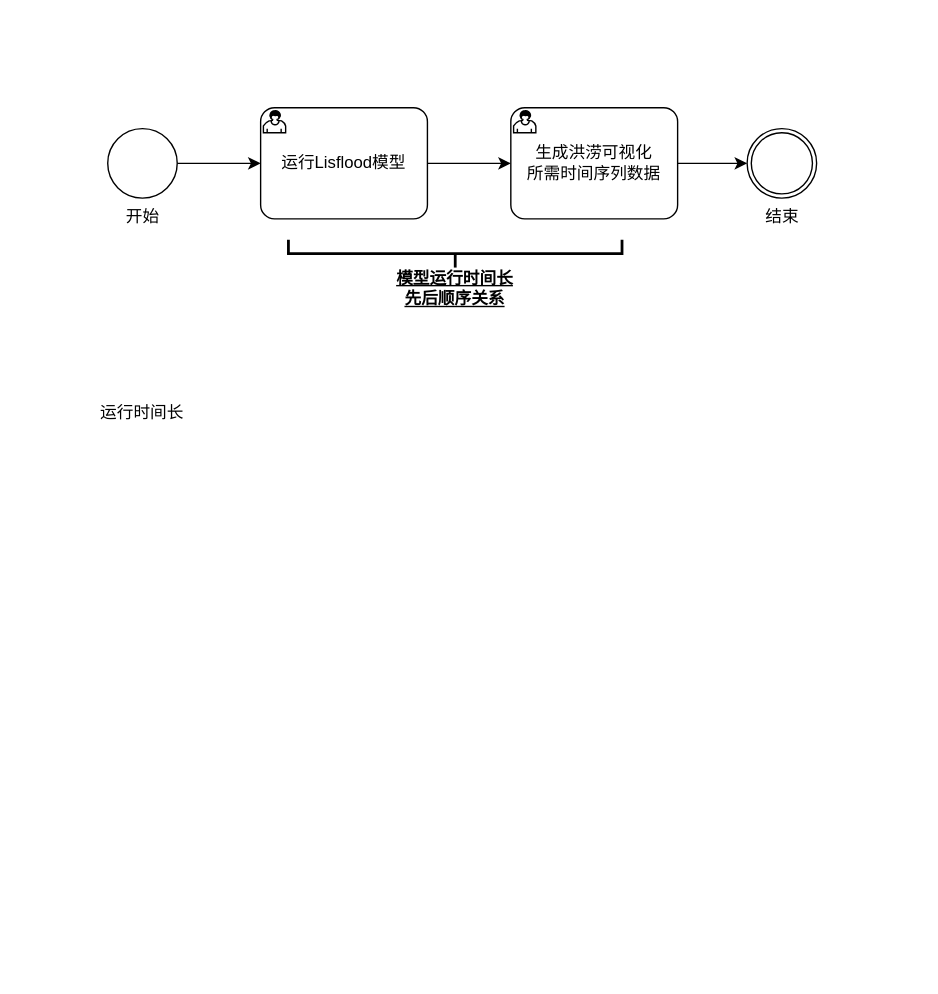
Before: 未命名绘图.drawio in liujing-maker/IDEA, a draw.io diagram. Source tidied: cells renumbered, new cells numbered last; positions are measured from the earlier drawing's top-left corner, leaving out a move shared by most shapes. Both pictures are drawn from the tidied source at 139%, with x=0, y=0 at pixel (93, 107).
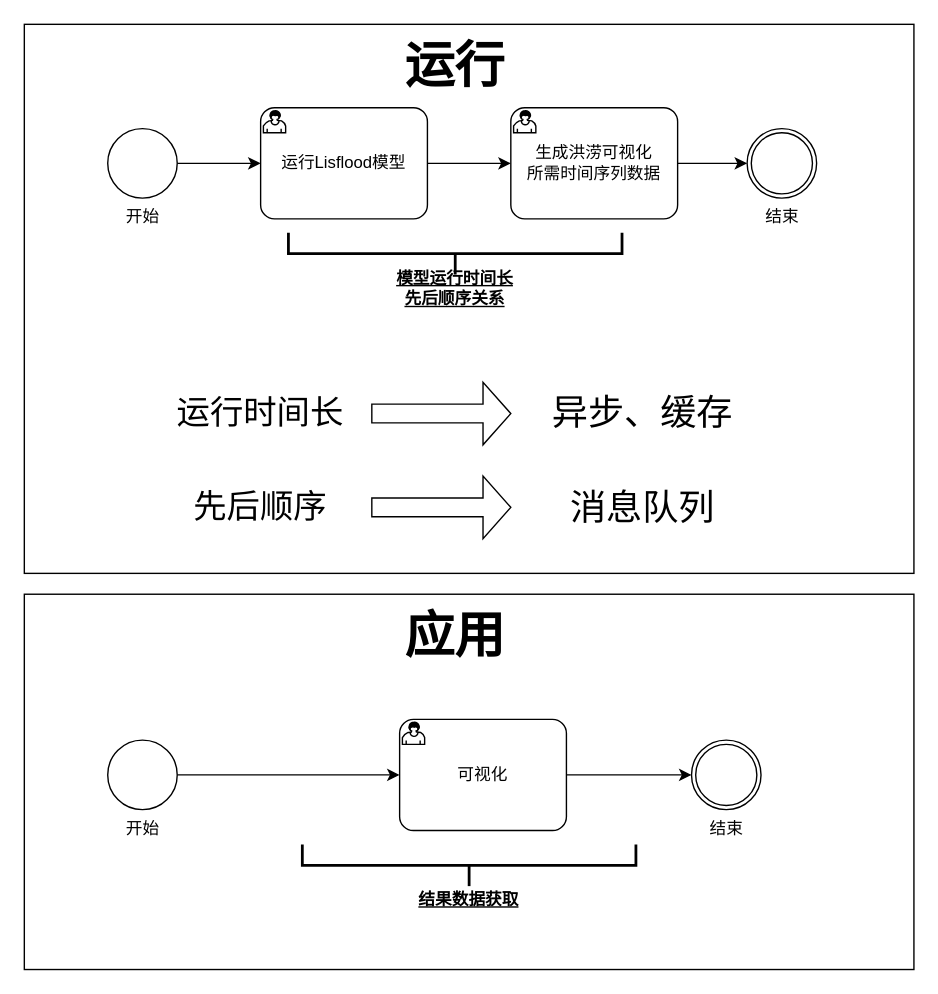
After the change.

The edit, as a diff of the source:
```diff
@@
+    <mxCell id="12" style="rounded=0;whiteSpace=wrap;html=1;" parent="1" vertex="1">
+      <mxGeometry x="-50" y="-60" width="640" height="395" as="geometry" />
+    </mxCell>
@@
     <mxCell id="9" style="strokeWidth=2;html=1;shape=mxgraph.flowchart.annotation_2;align=left;labelPosition=right;direction=north;" parent="1" vertex="1">
-      <mxGeometry x="140" y="95" width="240" height="20" as="geometry" />
+      <mxGeometry x="140" y="90" width="240" height="30" as="geometry" />
     </mxCell>
@@
-    <mxCell id="11" value="运行时间长" style="text;html=1;align=center;verticalAlign=middle;whiteSpace=wrap;rounded=0;" parent="1" vertex="1">
-      <mxGeometry y="205" width="70" height="30" as="geometry" />
+    <mxCell id="11" value="&lt;font style=&quot;font-size: 24px;&quot;&gt;运行时间长&lt;/font&gt;" style="text;html=1;align=center;verticalAlign=middle;whiteSpace=wrap;rounded=0;" parent="1" vertex="1">
+      <mxGeometry x="50" y="200" width="140" height="40" as="geometry" />
     </mxCell>
+    <mxCell id="13" style="shape=singleArrow;whiteSpace=wrap;html=1;" parent="1" vertex="1">
+      <mxGeometry x="200" y="197.5" width="100" height="45" as="geometry" />
+    </mxCell>
+    <mxCell id="14" value="异步、缓存" style="text;html=1;align=center;verticalAlign=middle;whiteSpace=wrap;rounded=0;fontSize=26;" parent="1" vertex="1">
+      <mxGeometry x="320" y="205" width="150" height="30" as="geometry" />
+    </mxCell>
+    <mxCell id="15" value="&lt;span style=&quot;font-size: 24px;&quot;&gt;先后顺序&lt;/span&gt;" style="text;html=1;align=center;verticalAlign=middle;whiteSpace=wrap;rounded=0;" parent="1" vertex="1">
+      <mxGeometry x="50" y="267.5" width="140" height="40" as="geometry" />
+    </mxCell>
+    <mxCell id="16" style="shape=singleArrow;whiteSpace=wrap;html=1;" parent="1" vertex="1">
+      <mxGeometry x="200" y="265" width="100" height="45" as="geometry" />
+    </mxCell>
+    <mxCell id="17" value="消息队列" style="text;html=1;align=center;verticalAlign=middle;whiteSpace=wrap;rounded=0;fontSize=26;" parent="1" vertex="1">
+      <mxGeometry x="320" y="272.5" width="150" height="30" as="geometry" />
+    </mxCell>
+    <mxCell id="18" value="&lt;font style=&quot;font-size: 36px;&quot;&gt;&lt;b&gt;运行&lt;/b&gt;&lt;/font&gt;" style="text;html=1;align=center;verticalAlign=middle;whiteSpace=wrap;rounded=0;" parent="1" vertex="1">
+      <mxGeometry x="180" y="-45" width="160" height="30" as="geometry" />
+    </mxCell>
+    <mxCell id="19" style="rounded=0;whiteSpace=wrap;html=1;" parent="1" vertex="1">
+      <mxGeometry x="-50" y="350" width="640" height="270" as="geometry" />
+    </mxCell>
+    <mxCell id="20" style="edgeStyle=orthogonalEdgeStyle;rounded=0;jettySize=auto;html=1;" parent="1" edge="1" source="21" target="24">
+      <mxGeometry relative="1" as="geometry" />
+    </mxCell>
+    <mxCell id="21" value="可视化" style="points=[[0.25,0,0],[0.5,0,0],[0.75,0,0],[1,0.25,0],[1,0.5,0],[1,0.75,0],[0.75,1,0],[0.5,1,0],[0.25,1,0],[0,0.75,0],[0,0.5,0],[0,0.25,0]];shape=mxgraph.bpmn.task;whiteSpace=wrap;rectStyle=rounded;size=10;html=1;taskMarker=user;" parent="1" vertex="1">
+      <mxGeometry x="220" y="440" width="120" height="80" as="geometry" />
+    </mxCell>
+    <mxCell id="22" style="edgeStyle=orthogonalEdgeStyle;rounded=0;jettySize=auto;html=1;" parent="1" edge="1" source="23" target="21">
+      <mxGeometry relative="1" as="geometry" />
+    </mxCell>
+    <mxCell id="23" value="开始" style="points=[[0.145,0.145,0],[0.5,0,0],[0.855,0.145,0],[1,0.5,0],[0.855,0.855,0],[0.5,1,0],[0.145,0.855,0],[0,0.5,0]];shape=mxgraph.bpmn.event;html=1;verticalLabelPosition=bottom;labelBackgroundColor=#ffffff;verticalAlign=top;align=center;perimeter=ellipsePerimeter;outlineConnect=0;outline=standard;symbol=general;" parent="1" vertex="1">
+      <mxGeometry x="10" y="455" width="50" height="50" as="geometry" />
+    </mxCell>
+    <mxCell id="24" value="结束" style="points=[[0.145,0.145,0],[0.5,0,0],[0.855,0.145,0],[1,0.5,0],[0.855,0.855,0],[0.5,1,0],[0.145,0.855,0],[0,0.5,0]];shape=mxgraph.bpmn.event;html=1;verticalLabelPosition=bottom;labelBackgroundColor=#ffffff;verticalAlign=top;align=center;perimeter=ellipsePerimeter;outlineConnect=0;outline=throwing;symbol=general;" parent="1" vertex="1">
+      <mxGeometry x="430" y="455" width="50" height="50" as="geometry" />
+    </mxCell>
+    <mxCell id="25" value="&lt;span style=&quot;font-size: 36px;&quot;&gt;&lt;b&gt;应用&lt;/b&gt;&lt;/span&gt;" style="text;html=1;align=center;verticalAlign=middle;whiteSpace=wrap;rounded=0;" parent="1" vertex="1">
+      <mxGeometry x="180" y="365" width="160" height="30" as="geometry" />
+    </mxCell>
+    <mxCell id="26" style="strokeWidth=2;html=1;shape=mxgraph.flowchart.annotation_2;align=left;labelPosition=right;direction=north;" parent="1" vertex="1">
+      <mxGeometry x="150" y="530" width="240" height="30" as="geometry" />
+    </mxCell>
+    <mxCell id="27" value="结果数据获取" style="text;html=1;align=center;verticalAlign=middle;whiteSpace=wrap;rounded=0;fontStyle=5;" parent="1" vertex="1">
+      <mxGeometry x="220" y="555" width="100" height="30" as="geometry" />
+    </mxCell>
```
